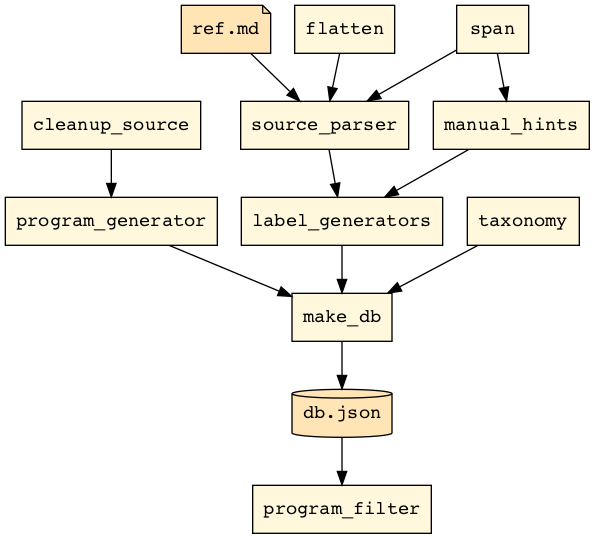
The Graphviz diagram docs/flow.png in laowantong/paroxython, before a commit. Its source is kept beside it as docs/flow.dot.
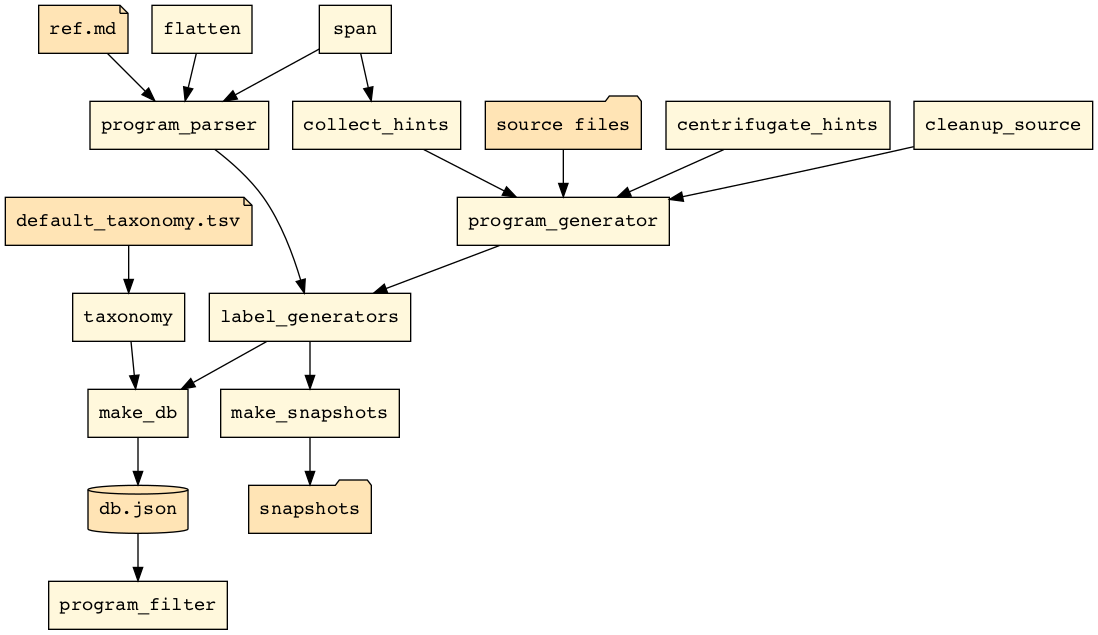
After the change.

The edit, as a diff of the source:
```diff
@@ -2,16 +2,24 @@
 node [shape=box fontname=Courier style=filled fillcolor=cornsilk]
 "db.json" [shape=cylinder fillcolor=moccasin]
 "ref.md" [shape=note fillcolor=moccasin]
+"default_taxonomy.tsv" [shape=note fillcolor=moccasin]
+"source files" [shape=folder fillcolor=moccasin]
+"snapshots" [shape=folder fillcolor=moccasin]
 make_db -> "db.json"
 "db.json" -> program_filter
-"ref.md" -> source_parser
+"ref.md" -> program_parser
+"source files" -> program_generator
+"default_taxonomy.tsv" -> taxonomy
+make_snapshots -> "snapshots"
+flatten -> program_parser
+span -> program_parser
+centrifugate_hints -> program_generator
 cleanup_source -> program_generator
-flatten -> source_parser
-span -> source_parser
+collect_hints -> program_generator
 label_generators -> make_db
-program_generator -> make_db
 taxonomy -> make_db
-span -> manual_hints
-manual_hints -> label_generators
-source_parser -> label_generators
+label_generators -> make_snapshots
+span -> collect_hints
+program_generator -> label_generators
+program_parser -> label_generators
 }
```
